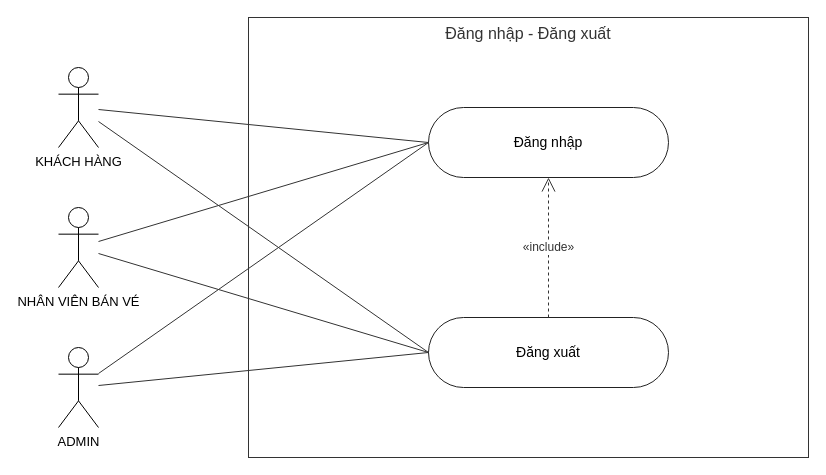
Before: page "1. Đăng nhập - Đăng xuất" (1 of 18) of docs/use-case/UseCase_DatVeXeKhach.drawio in Longcodepro/Project_OOAD_HK1_2026-2027, a draw.io diagram. Source tidied: cells renumbered, new cells numbered last; positions are measured from the earlier drawing's top-left corner, leaving out a move shared by most shapes. Both pictures are drawn from the tidied source at 100%, with x=0, y=0 at pixel (58, 17).
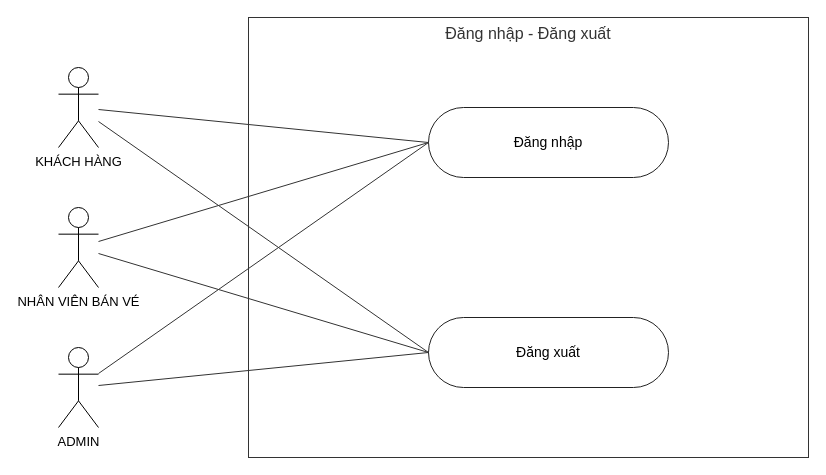
Above is the later version.

Diff of the diagram source:
```diff
@@
 <mxGraphModel background="#ffffff">
   <root>
     <mxCell id="0" />
     <mxCell id="1" parent="0" />
     <mxCell id="2" value="Đăng nhập - Đăng xuất" style="rounded=0;whiteSpace=wrap;html=1;verticalAlign=top;fontSize=16;fillColor=none;strokeColor=#333333;fontColor=#333333;" parent="1" vertex="1">
       <mxGeometry x="190" width="560" height="440" as="geometry" />
     </mxCell>
     <mxCell id="3" value="KHÁCH HÀNG" style="shape=umlActor;verticalLabelPosition=bottom;verticalAlign=top;html=1;outlineConnect=0;fontSize=13;fontColor=#000000;strokeColor=#000000;" parent="1" vertex="1">
       <mxGeometry y="50" width="40" height="80" as="geometry" />
     </mxCell>
     <mxCell id="4" value="NHÂN VIÊN BÁN VÉ" style="shape=umlActor;verticalLabelPosition=bottom;verticalAlign=top;html=1;outlineConnect=0;fontSize=13;fontColor=#000000;strokeColor=#000000;" parent="1" vertex="1">
       <mxGeometry y="190" width="40" height="80" as="geometry" />
     </mxCell>
     <mxCell id="5" value="ADMIN" style="shape=umlActor;verticalLabelPosition=bottom;verticalAlign=top;html=1;outlineConnect=0;fontSize=13;fontColor=#000000;strokeColor=#000000;" parent="1" vertex="1">
       <mxGeometry y="330" width="40" height="80" as="geometry" />
     </mxCell>
     <mxCell id="6" value="Đăng nhập" style="rounded=1;arcSize=50;whiteSpace=wrap;html=1;fontSize=14;fillColor=#FFFFFF;strokeColor=#222222;fontColor=#000000;" parent="1" vertex="1">
       <mxGeometry x="370" y="90" width="240" height="70" as="geometry" />
     </mxCell>
     <mxCell id="7" value="Đăng xuất" style="rounded=1;arcSize=50;whiteSpace=wrap;html=1;fontSize=14;fillColor=#FFFFFF;strokeColor=#222222;fontColor=#000000;" parent="1" vertex="1">
       <mxGeometry x="370" y="300" width="240" height="70" as="geometry" />
     </mxCell>
     <mxCell id="8" style="endArrow=none;html=1;rounded=0;strokeColor=#333333;entryX=0;entryY=0.5;entryDx=0;entryDy=0;" parent="1" edge="1" source="3" target="6">
       <mxGeometry relative="1" as="geometry" />
     </mxCell>
     <mxCell id="9" style="endArrow=none;html=1;rounded=0;strokeColor=#333333;entryX=0;entryY=0.5;entryDx=0;entryDy=0;" parent="1" edge="1" source="3" target="7">
       <mxGeometry relative="1" as="geometry" />
     </mxCell>
     <mxCell id="10" style="endArrow=none;html=1;rounded=0;strokeColor=#333333;entryX=0;entryY=0.5;entryDx=0;entryDy=0;" parent="1" edge="1" source="4" target="6">
       <mxGeometry relative="1" as="geometry" />
     </mxCell>
     <mxCell id="11" style="endArrow=none;html=1;rounded=0;strokeColor=#333333;entryX=0;entryY=0.5;entryDx=0;entryDy=0;" parent="1" edge="1" source="4" target="7">
       <mxGeometry relative="1" as="geometry" />
     </mxCell>
     <mxCell id="12" style="endArrow=none;html=1;rounded=0;strokeColor=#333333;entryX=0;entryY=0.5;entryDx=0;entryDy=0;" parent="1" edge="1" source="5" target="6">
       <mxGeometry relative="1" as="geometry" />
     </mxCell>
     <mxCell id="13" style="endArrow=none;html=1;rounded=0;strokeColor=#333333;entryX=0;entryY=0.5;entryDx=0;entryDy=0;" parent="1" edge="1" source="5" target="7">
       <mxGeometry relative="1" as="geometry" />
     </mxCell>
-    <mxCell id="14" value="«include»" style="endArrow=open;endSize=12;dashed=1;html=1;rounded=0;fontSize=12;labelBackgroundColor=#FFFFFF;strokeColor=#333333;fontColor=#333333;" parent="1" edge="1" source="7" target="6">
-      <mxGeometry relative="1" as="geometry" />
-    </mxCell>
   </root>
 </mxGraphModel>
```
